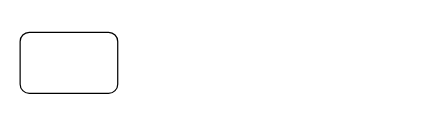
The draw.io diagram templates/未命名绘图.drawio in cnxzq/drawio-simple, before the edit. Source tidied: cells renumbered, new cells numbered last; positions are measured from the earlier drawing's top-left corner, leaving out a move shared by most shapes. Both pictures are drawn from the tidied source at 122%, with x=0, y=0 at pixel (20, 32). Pictures stored in the file or linked from it are replaced by grey dashed boxes.
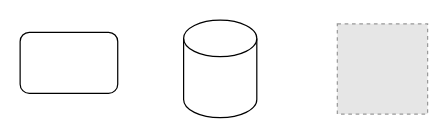
After the change.

The edit, as a diff of the source:
```diff
@@
 <mxGraphModel>
   <root>
     <mxCell id="0" />
     <mxCell id="1" parent="0" />
     <mxCell id="2" style="rounded=1;whiteSpace=wrap;html=1;" parent="1" vertex="1">
       <mxGeometry width="80" height="50" as="geometry" />
     </mxCell>
+    <mxCell id="3" style="shape=cylinder3;whiteSpace=wrap;html=1;boundedLbl=1;backgroundOutline=1;size=15;" parent="1" vertex="1">
+      <mxGeometry x="134" y="-10" width="60" height="80" as="geometry" />
+    </mxCell>
+    <mxCell id="4" style="fillColor=#E6E6E6;strokeColor=#999999;dashed=1;verticalLabelPosition=bottom;labelBackgroundColor=default;verticalAlign=top;" parent="1" vertex="1">
+      <mxGeometry x="260" y="-7" width="74" height="74" as="geometry" />
+    </mxCell>
   </root>
 </mxGraphModel>
```
